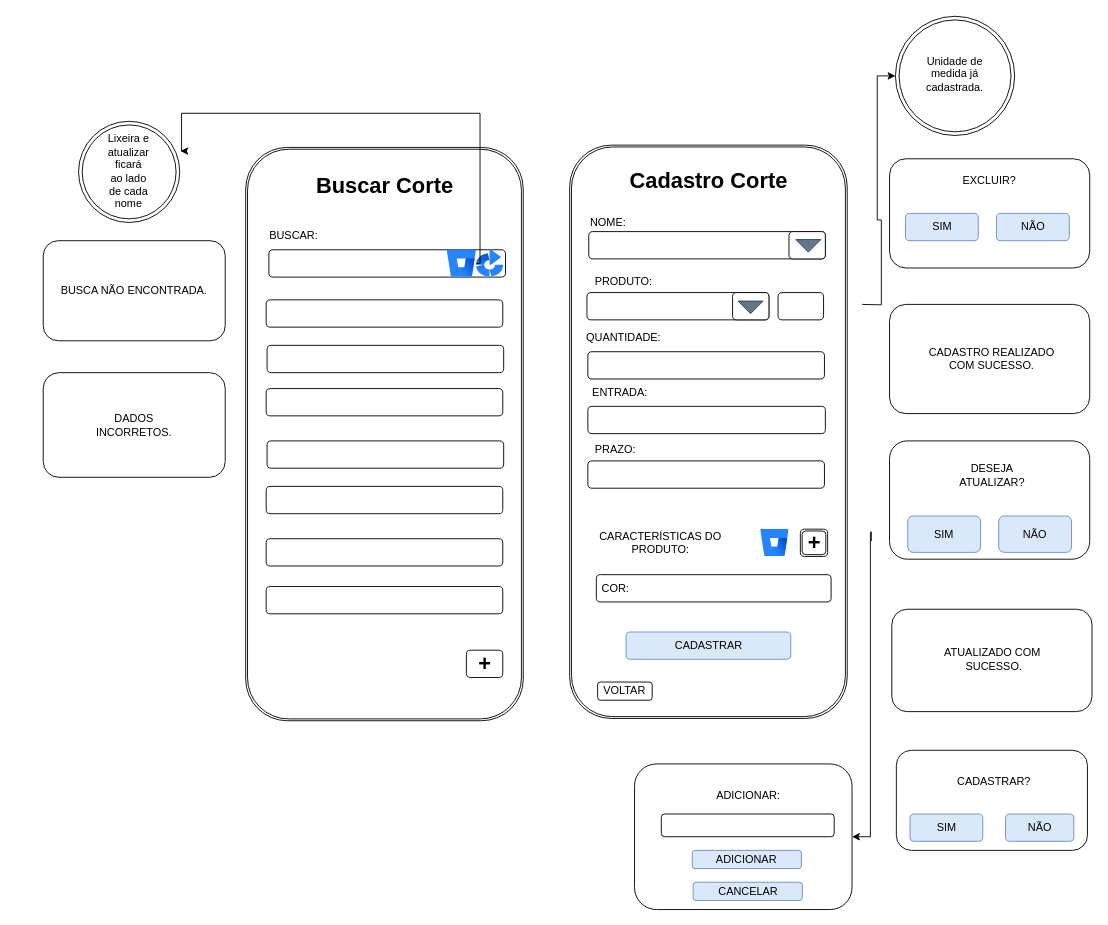
Before: page "Página-8" (9 of 14) of DOC/tela.drawio in rafaelareisilva/avatar.app, a draw.io diagram. Source tidied: cells renumbered, new cells numbered last; positions are measured from the earlier drawing's top-left corner, leaving out a move shared by most shapes. Both pictures are drawn from the tidied source at 91%, with x=0, y=0 at pixel (43, 15).
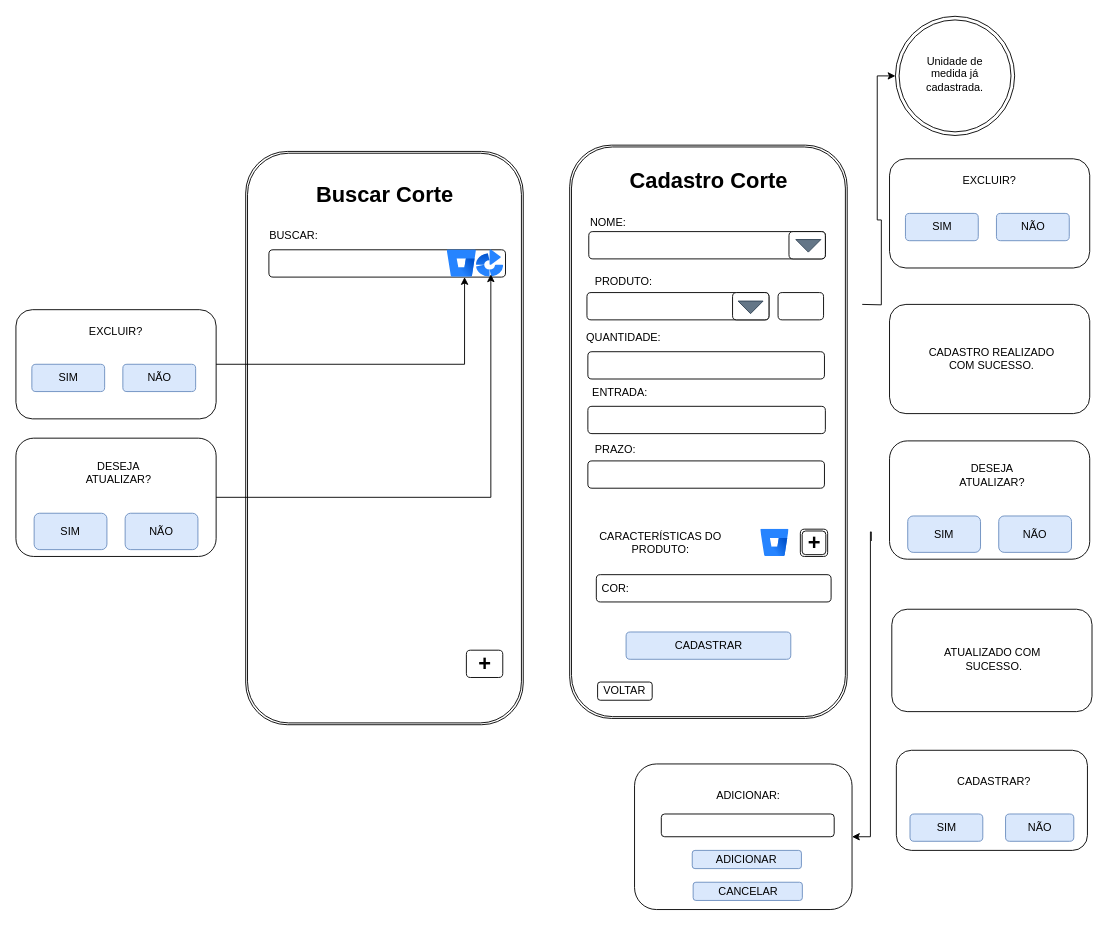
After the change.

The edit, as a diff of the source:
```diff
@@
-    <mxCell id="16" style="shape=ext;double=1;rounded=1;whiteSpace=wrap;html=1;rotation=90;" parent="1" vertex="1">
-      <mxGeometry x="60" y="307" width="630" height="305" as="geometry" />
-    </mxCell>
-    <mxCell id="17" style="rounded=1;whiteSpace=wrap;html=1;" parent="1" vertex="1">
-      <mxGeometry x="248" y="257" width="260" height="30" as="geometry" />
-    </mxCell>
-    <mxCell id="18" value="BUSCAR:" style="text;html=1;align=center;verticalAlign=middle;whiteSpace=wrap;rounded=0;" parent="1" vertex="1">
-      <mxGeometry x="251.5" y="227" width="46.5" height="30" as="geometry" />
-    </mxCell>
-    <mxCell id="19" value="Buscar Corte" style="text;strokeColor=none;fillColor=none;html=1;fontSize=24;fontStyle=1;verticalAlign=middle;align=center;" parent="1" vertex="1">
-      <mxGeometry x="325" y="167" width="100" height="40" as="geometry" />
-    </mxCell>
-    <mxCell id="20" style="image;html=1;image=img/lib/atlassian/Bitbucket_Logo.svg;" parent="1" vertex="1">
-      <mxGeometry x="444" y="257" width="32" height="30" as="geometry" />
-    </mxCell>
-    <mxCell id="21" style="image;html=1;image=img/lib/atlassian/Bamboo_Logo.svg;" parent="1" vertex="1">
-      <mxGeometry x="476" y="257" width="30" height="30" as="geometry" />
-    </mxCell>
@@
-    <mxCell id="26" value="BUSCA NÃO ENCONTRADA." style="rounded=1;whiteSpace=wrap;html=1;" parent="1" vertex="1">
-      <mxGeometry y="247" width="200" height="110" as="geometry" />
-    </mxCell>
@@
-    <mxCell id="28" style="rounded=1;whiteSpace=wrap;html=1;" parent="1" vertex="1">
-      <mxGeometry x="245" y="312" width="260" height="30" as="geometry" />
-    </mxCell>
-    <mxCell id="29" style="rounded=1;whiteSpace=wrap;html=1;" parent="1" vertex="1">
-      <mxGeometry x="246" y="362" width="260" height="30" as="geometry" />
-    </mxCell>
-    <mxCell id="30" style="rounded=1;whiteSpace=wrap;html=1;" parent="1" vertex="1">
-      <mxGeometry x="245" y="409.5" width="260" height="30" as="geometry" />
-    </mxCell>
-    <mxCell id="31" style="rounded=1;whiteSpace=wrap;html=1;" parent="1" vertex="1">
-      <mxGeometry x="246" y="467" width="260" height="30" as="geometry" />
-    </mxCell>
-    <mxCell id="32" style="rounded=1;whiteSpace=wrap;html=1;" parent="1" vertex="1">
-      <mxGeometry x="245" y="517" width="260" height="30" as="geometry" />
-    </mxCell>
-    <mxCell id="33" style="rounded=1;whiteSpace=wrap;html=1;" parent="1" vertex="1">
-      <mxGeometry x="245" y="574.5" width="260" height="30" as="geometry" />
-    </mxCell>
-    <mxCell id="34" style="rounded=1;whiteSpace=wrap;html=1;" parent="1" vertex="1">
-      <mxGeometry x="245" y="627" width="260" height="30" as="geometry" />
-    </mxCell>
-    <mxCell id="35" style="rounded=1;whiteSpace=wrap;html=1;" parent="1" vertex="1">
-      <mxGeometry x="465" y="697" width="40" height="30" as="geometry" />
-    </mxCell>
-    <mxCell id="36" value="+" style="text;strokeColor=none;fillColor=none;html=1;fontSize=24;fontStyle=1;verticalAlign=middle;align=center;" parent="1" vertex="1">
-      <mxGeometry x="435" y="692" width="100" height="40" as="geometry" />
-    </mxCell>
@@
-    <mxCell id="41" style="rounded=1;whiteSpace=wrap;html=1;" parent="1" vertex="1">
-      <mxGeometry y="392" width="200" height="115" as="geometry" />
-    </mxCell>
-    <mxCell id="42" value="DADOS INCORRETOS." style="text;html=1;align=center;verticalAlign=middle;whiteSpace=wrap;rounded=0;" parent="1" vertex="1">
-      <mxGeometry x="50" y="434.5" width="100" height="30" as="geometry" />
-    </mxCell>
@@
-    <mxCell id="49" style="ellipse;shape=doubleEllipse;whiteSpace=wrap;html=1;" parent="1" vertex="1">
-      <mxGeometry x="38.8" y="115.8" width="111.2" height="111.2" as="geometry" />
-    </mxCell>
-    <mxCell id="50" value="Lixeira e atualizar ficará ao lado de cada nome" style="text;html=1;align=center;verticalAlign=middle;whiteSpace=wrap;rounded=0;" parent="1" vertex="1">
-      <mxGeometry x="84.4" y="170.8" width="20" as="geometry" />
-    </mxCell>
@@
-    <mxCell id="60" style="edgeStyle=orthogonalEdgeStyle;rounded=0;jettySize=auto;html=1;entryX=1.007;entryY=0.293;entryDx=0;entryDy=0;entryPerimeter=0;" parent="1" edge="1" source="20" target="49">
-      <mxGeometry relative="1" as="geometry">
-        <Array as="points">
-          <mxPoint x="480" y="272" />
-          <mxPoint x="480" y="107" />
-          <mxPoint x="152" y="107" />
-        </Array>
-      </mxGeometry>
-    </mxCell>
@@
+    <mxCell id="77" value="EXCLUIR?&lt;div&gt;&lt;br&gt;&lt;/div&gt;&lt;div&gt;&lt;br&gt;&lt;/div&gt;&lt;div&gt;&lt;br&gt;&lt;/div&gt;&lt;div&gt;&lt;br&gt;&lt;/div&gt;&lt;div&gt;&lt;br&gt;&lt;/div&gt;" style="rounded=1;whiteSpace=wrap;html=1;" parent="1" vertex="1">
+      <mxGeometry x="-30" y="322.8" width="220" height="120" as="geometry" />
+    </mxCell>
+    <mxCell id="78" value="SIM" style="rounded=1;whiteSpace=wrap;html=1;fillColor=#dae8fc;strokeColor=#6c8ebf;" parent="1" vertex="1">
+      <mxGeometry x="-12.5" y="382.8" width="80" height="30" as="geometry" />
+    </mxCell>
+    <mxCell id="79" value="NÃO" style="rounded=1;whiteSpace=wrap;html=1;fillColor=#dae8fc;strokeColor=#6c8ebf;" parent="1" vertex="1">
+      <mxGeometry x="87.5" y="382.8" width="80" height="30" as="geometry" />
+    </mxCell>
+    <mxCell id="80" style="shape=ext;double=1;rounded=1;whiteSpace=wrap;html=1;rotation=90;" parent="1" vertex="1">
+      <mxGeometry x="60" y="311.4" width="630" height="305" as="geometry" />
+    </mxCell>
+    <mxCell id="17" style="rounded=1;whiteSpace=wrap;html=1;" parent="1" vertex="1">
+      <mxGeometry x="248" y="257" width="260" height="30" as="geometry" />
+    </mxCell>
+    <mxCell id="18" value="BUSCAR:" style="text;html=1;align=center;verticalAlign=middle;whiteSpace=wrap;rounded=0;" parent="1" vertex="1">
+      <mxGeometry x="251.5" y="227" width="46.5" height="30" as="geometry" />
+    </mxCell>
+    <mxCell id="20" style="image;html=1;image=img/lib/atlassian/Bitbucket_Logo.svg;" parent="1" vertex="1">
+      <mxGeometry x="444" y="257" width="32" height="30" as="geometry" />
+    </mxCell>
+    <mxCell id="21" style="image;html=1;image=img/lib/atlassian/Bamboo_Logo.svg;" parent="1" vertex="1">
+      <mxGeometry x="476" y="257" width="30" height="30" as="geometry" />
+    </mxCell>
+    <mxCell id="81" style="rounded=1;whiteSpace=wrap;html=1;" parent="1" vertex="1">
+      <mxGeometry x="-30" y="464" width="220" height="130" as="geometry" />
+    </mxCell>
+    <mxCell id="35" style="rounded=1;whiteSpace=wrap;html=1;" parent="1" vertex="1">
+      <mxGeometry x="465" y="697" width="40" height="30" as="geometry" />
+    </mxCell>
+    <mxCell id="36" value="+" style="text;strokeColor=none;fillColor=none;html=1;fontSize=24;fontStyle=1;verticalAlign=middle;align=center;" parent="1" vertex="1">
+      <mxGeometry x="435" y="692" width="100" height="40" as="geometry" />
+    </mxCell>
+    <mxCell id="82" value="SIM" style="rounded=1;whiteSpace=wrap;html=1;fillColor=#dae8fc;strokeColor=#6c8ebf;" parent="1" vertex="1">
+      <mxGeometry x="-10" y="546.5" width="80" height="40" as="geometry" />
+    </mxCell>
+    <mxCell id="83" value="NÃO" style="rounded=1;whiteSpace=wrap;html=1;fillColor=#dae8fc;strokeColor=#6c8ebf;" parent="1" vertex="1">
+      <mxGeometry x="90" y="546.5" width="80" height="40" as="geometry" />
+    </mxCell>
+    <mxCell id="84" value="DESEJA ATUALIZAR?" style="text;html=1;align=center;verticalAlign=middle;whiteSpace=wrap;rounded=0;" parent="1" vertex="1">
+      <mxGeometry x="27.5" y="486.5" width="110" height="30" as="geometry" />
+    </mxCell>
+    <mxCell id="85" style="edgeStyle=orthogonalEdgeStyle;rounded=0;jettySize=auto;html=1;entryX=0.827;entryY=1;entryDx=0;entryDy=0;entryPerimeter=0;" parent="1" edge="1" source="77" target="17">
+      <mxGeometry relative="1" as="geometry" />
+    </mxCell>
+    <mxCell id="86" style="edgeStyle=orthogonalEdgeStyle;rounded=0;jettySize=auto;html=1;entryX=0.938;entryY=0.9;entryDx=0;entryDy=0;entryPerimeter=0;" parent="1" edge="1" source="81" target="17">
+      <mxGeometry relative="1" as="geometry" />
+    </mxCell>
+    <mxCell id="19" value="Buscar Corte" style="text;strokeColor=none;fillColor=none;html=1;fontSize=24;fontStyle=1;verticalAlign=middle;align=center;" parent="1" vertex="1">
+      <mxGeometry x="320.5" y="177" width="109" height="40" as="geometry" />
+    </mxCell>
```
